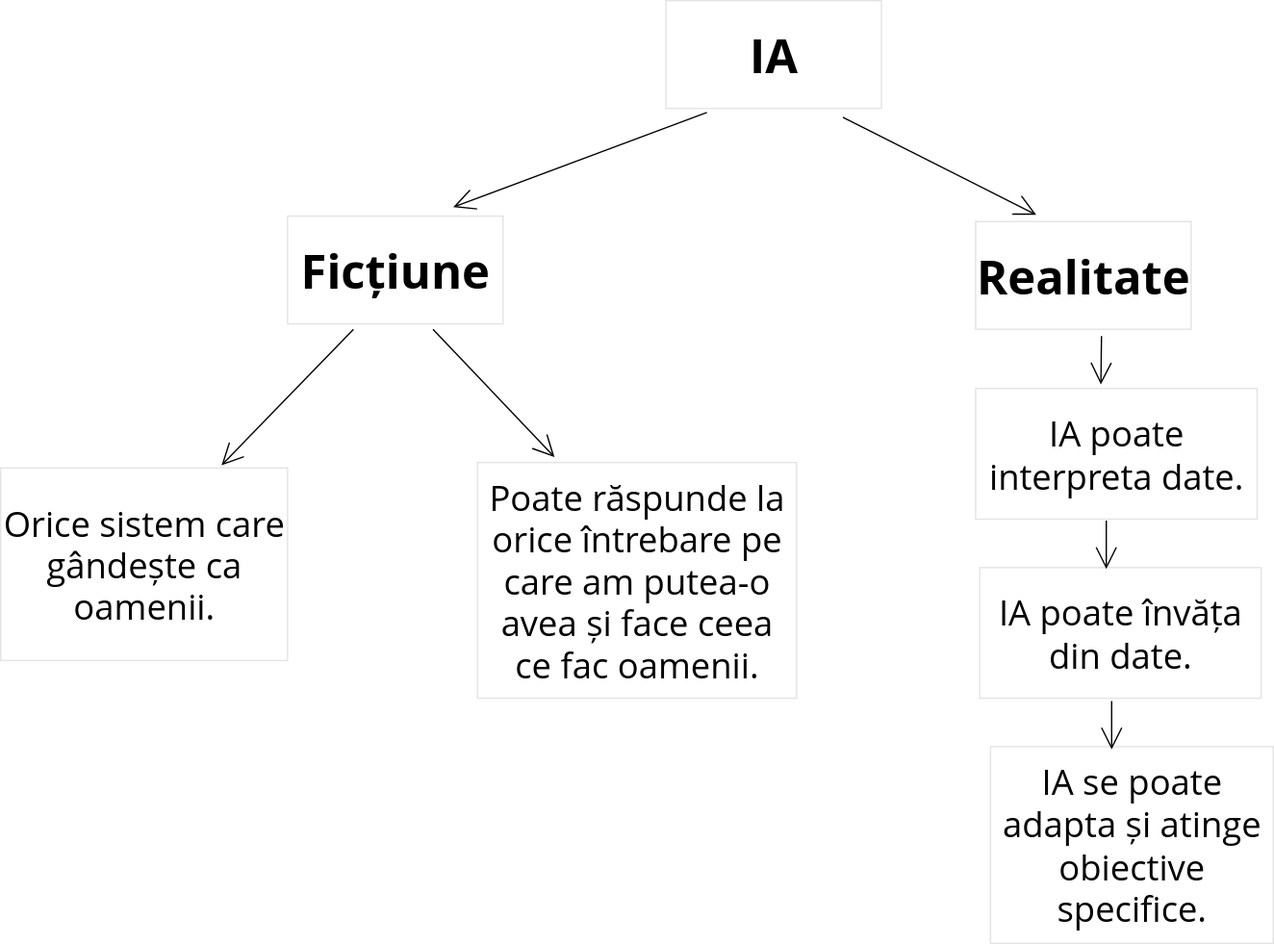
Before: modul1/diagrams/1_diagram.svg, a diagram exported from draw.io (CozminaSecula/IA-Introducere). Source tidied: cells renumbered, new cells last; positions are measured from the earlier drawing's top-left corner, leaving out a move shared by most shapes.
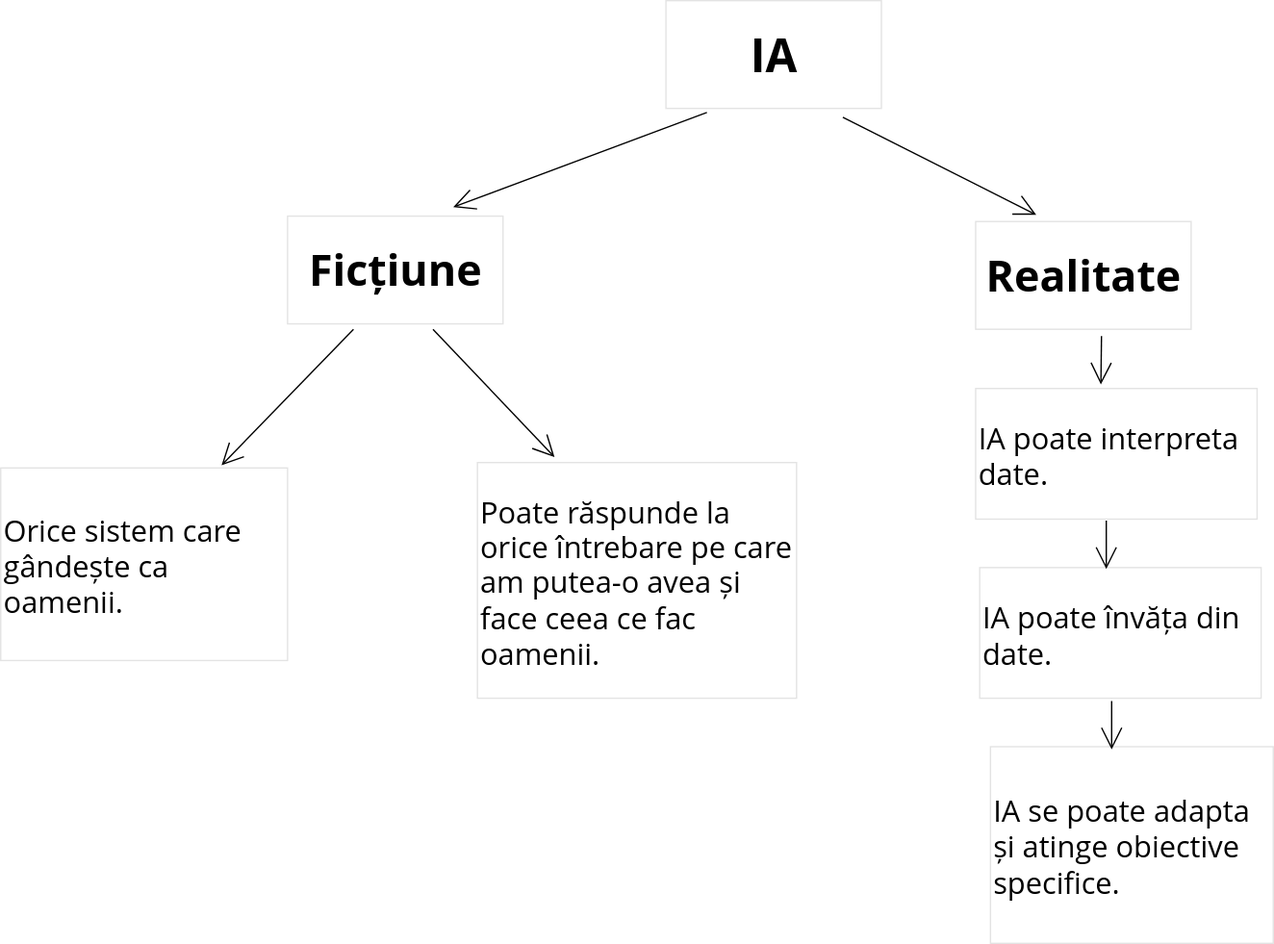
After the change.

Diff of the diagram source:
```diff
@@ -2,16 +2,16 @@
   <root>
     <mxCell id="0" />
     <mxCell id="1" parent="0" />
-    <mxCell id="2" value="&lt;font style=&quot;font-size: 35px;&quot; face=&quot;Open Sans&quot;&gt;&lt;b&gt;IA&lt;/b&gt;&lt;/font&gt;" style="rounded=0;whiteSpace=wrap;html=1;fontFamily=Architects Daughter;fontSource=https%3A%2F%2Ffonts.googleapis.com%2Fcss%3Ffamily%3DArchitects%2BDaughter;strokeColor=#E3E3E3;fillColor=#FFFFFF;" parent="1" vertex="1">
+    <mxCell id="2" value="&lt;font style=&quot;font-size: 34px;&quot; face=&quot;Open Sans&quot;&gt;&lt;b style=&quot;&quot;&gt;IA&lt;/b&gt;&lt;/font&gt;" style="rounded=0;whiteSpace=wrap;html=1;fontFamily=Architects Daughter;fontSource=https%3A%2F%2Ffonts.googleapis.com%2Fcss%3Ffamily%3DArchitects%2BDaughter;strokeColor=#E3E3E3;fillColor=#FFFFFF;" parent="1" vertex="1">
       <mxGeometry x="494" width="160" height="80" as="geometry" />
     </mxCell>
     <mxCell id="3" style="edgeStyle=none;jettySize=auto;html=1;rounded=0;fontFamily=Architects Daughter;fontSource=https%3A%2F%2Ffonts.googleapis.com%2Fcss%3Ffamily%3DArchitects%2BDaughter;fontSize=16;startSize=14;endArrow=open;endSize=14;sourcePerimeterSpacing=8;targetPerimeterSpacing=8;curved=1;entryX=0.769;entryY=-0.084;entryDx=0;entryDy=0;entryPerimeter=0;exitX=0.19;exitY=1.038;exitDx=0;exitDy=0;exitPerimeter=0;" parent="1" edge="1" source="2" target="4">
       <mxGeometry relative="1" as="geometry" />
     </mxCell>
-    <mxCell id="4" value="&lt;font style=&quot;font-size: 35px;&quot; face=&quot;Open Sans&quot;&gt;&lt;b&gt;Ficțiune&lt;/b&gt;&lt;/font&gt;" style="rounded=0;whiteSpace=wrap;html=1;fontFamily=Architects Daughter;fontSource=https%3A%2F%2Ffonts.googleapis.com%2Fcss%3Ffamily%3DArchitects%2BDaughter;strokeColor=#E3E3E3;fillColor=#FFFFFF;" parent="1" vertex="1">
+    <mxCell id="4" value="&lt;font style=&quot;font-size: 32px;&quot; face=&quot;Open Sans&quot;&gt;&lt;b style=&quot;&quot;&gt;Ficțiune&lt;/b&gt;&lt;/font&gt;" style="rounded=0;whiteSpace=wrap;html=1;fontFamily=Architects Daughter;fontSource=https%3A%2F%2Ffonts.googleapis.com%2Fcss%3Ffamily%3DArchitects%2BDaughter;strokeColor=#E3E3E3;fillColor=#FFFFFF;" parent="1" vertex="1">
       <mxGeometry x="213" y="160" width="160" height="80" as="geometry" />
     </mxCell>
-    <mxCell id="5" value="&lt;font style=&quot;font-size: 35px;&quot; face=&quot;Open Sans&quot;&gt;&lt;b&gt;Realitate&lt;/b&gt;&lt;/font&gt;" style="rounded=0;whiteSpace=wrap;html=1;fontFamily=Architects Daughter;fontSource=https%3A%2F%2Ffonts.googleapis.com%2Fcss%3Ffamily%3DArchitects%2BDaughter;strokeColor=#E3E3E3;fillColor=#FFFFFF;" parent="1" vertex="1">
+    <mxCell id="5" value="&lt;font style=&quot;font-size: 32px;&quot; face=&quot;Open Sans&quot;&gt;&lt;b style=&quot;&quot;&gt;Realitate&lt;/b&gt;&lt;/font&gt;" style="rounded=0;whiteSpace=wrap;html=1;fontFamily=Architects Daughter;fontSource=https%3A%2F%2Ffonts.googleapis.com%2Fcss%3Ffamily%3DArchitects%2BDaughter;strokeColor=#E3E3E3;fillColor=#FFFFFF;" parent="1" vertex="1">
       <mxGeometry x="724" y="164" width="160" height="80" as="geometry" />
     </mxCell>
     <mxCell id="6" style="edgeStyle=none;jettySize=auto;html=1;rounded=0;fontFamily=Architects Daughter;fontSource=https%3A%2F%2Ffonts.googleapis.com%2Fcss%3Ffamily%3DArchitects%2BDaughter;fontSize=16;startSize=14;endArrow=open;endSize=14;sourcePerimeterSpacing=8;targetPerimeterSpacing=8;curved=1;exitX=0.821;exitY=1.082;exitDx=0;exitDy=0;exitPerimeter=0;" parent="1" edge="1" source="2">
@@ -19,10 +19,10 @@
         <mxPoint x="769" y="159" as="targetPoint" />
       </mxGeometry>
     </mxCell>
-    <mxCell id="7" value="&lt;font style=&quot;font-size: 26px;&quot; face=&quot;Open Sans&quot;&gt;Orice sistem care gândește ca oamenii.&lt;/font&gt;" style="rounded=0;whiteSpace=wrap;html=1;fontFamily=Architects Daughter;fontSource=https%3A%2F%2Ffonts.googleapis.com%2Fcss%3Ffamily%3DArchitects%2BDaughter;strokeColor=#E3E3E3;fillColor=#FFFFFF;" parent="1" vertex="1">
+    <mxCell id="7" value="&lt;font style=&quot;font-size: 22px;&quot; face=&quot;Open Sans&quot;&gt;Orice sistem care gândește ca oamenii.&lt;/font&gt;" style="rounded=0;whiteSpace=wrap;html=1;fontFamily=Architects Daughter;fontSource=https%3A%2F%2Ffonts.googleapis.com%2Fcss%3Ffamily%3DArchitects%2BDaughter;strokeColor=#E3E3E3;fillColor=#FFFFFF;align=left;" parent="1" vertex="1">
       <mxGeometry y="347" width="213" height="143" as="geometry" />
     </mxCell>
-    <mxCell id="8" value="&lt;font style=&quot;font-size: 26px;&quot; face=&quot;Open Sans&quot;&gt;Poate răspunde la orice întrebare pe care am putea-o avea și face ceea ce fac oamenii.&lt;/font&gt;" style="rounded=0;whiteSpace=wrap;html=1;fontFamily=Architects Daughter;fontSource=https%3A%2F%2Ffonts.googleapis.com%2Fcss%3Ffamily%3DArchitects%2BDaughter;strokeColor=#E3E3E3;fillColor=#FFFFFF;" parent="1" vertex="1">
+    <mxCell id="8" value="&lt;font style=&quot;font-size: 22px;&quot; face=&quot;Open Sans&quot;&gt;Poate răspunde la orice întrebare pe care am putea-o avea și face ceea ce fac oamenii.&lt;/font&gt;" style="rounded=0;whiteSpace=wrap;html=1;fontFamily=Architects Daughter;fontSource=https%3A%2F%2Ffonts.googleapis.com%2Fcss%3Ffamily%3DArchitects%2BDaughter;strokeColor=#E3E3E3;fillColor=#FFFFFF;align=left;" parent="1" vertex="1">
       <mxGeometry x="354" y="343" width="237" height="175" as="geometry" />
     </mxCell>
     <mxCell id="9" style="edgeStyle=none;jettySize=auto;html=1;rounded=0;fontFamily=Architects Daughter;fontSource=https%3A%2F%2Ffonts.googleapis.com%2Fcss%3Ffamily%3DArchitects%2BDaughter;fontSize=16;startSize=14;endArrow=open;endSize=14;sourcePerimeterSpacing=8;targetPerimeterSpacing=8;curved=1;exitX=0.306;exitY=1.05;exitDx=0;exitDy=0;exitPerimeter=0;" parent="1" edge="1" source="4">
@@ -36,13 +36,13 @@
         <mxPoint x="411.2" y="339" as="targetPoint" />
       </mxGeometry>
     </mxCell>
-    <mxCell id="11" value="&lt;font style=&quot;font-size: 26px;&quot; face=&quot;Open Sans&quot;&gt;IA poate interpreta date.&lt;/font&gt;" style="rounded=0;whiteSpace=wrap;html=1;fontFamily=Architects Daughter;fontSource=https%3A%2F%2Ffonts.googleapis.com%2Fcss%3Ffamily%3DArchitects%2BDaughter;strokeColor=#E3E3E3;fillColor=#FFFFFF;" parent="1" vertex="1">
+    <mxCell id="11" value="&lt;font style=&quot;font-size: 22px;&quot; face=&quot;Open Sans&quot;&gt;IA poate interpreta date.&lt;/font&gt;" style="rounded=0;whiteSpace=wrap;html=1;fontFamily=Architects Daughter;fontSource=https%3A%2F%2Ffonts.googleapis.com%2Fcss%3Ffamily%3DArchitects%2BDaughter;strokeColor=#E3E3E3;fillColor=#FFFFFF;align=left;" parent="1" vertex="1">
       <mxGeometry x="724" y="288" width="209" height="97" as="geometry" />
     </mxCell>
-    <mxCell id="12" value="&lt;font style=&quot;font-size: 26px;&quot; face=&quot;Open Sans&quot;&gt;IA poate învăța din date.&lt;/font&gt;" style="rounded=0;whiteSpace=wrap;html=1;fontFamily=Architects Daughter;fontSource=https%3A%2F%2Ffonts.googleapis.com%2Fcss%3Ffamily%3DArchitects%2BDaughter;strokeColor=#E3E3E3;fillColor=#FFFFFF;" parent="1" vertex="1">
+    <mxCell id="12" value="&lt;font style=&quot;font-size: 22px;&quot; face=&quot;Open Sans&quot;&gt;IA poate învăța din date.&lt;/font&gt;" style="rounded=0;whiteSpace=wrap;html=1;fontFamily=Architects Daughter;fontSource=https%3A%2F%2Ffonts.googleapis.com%2Fcss%3Ffamily%3DArchitects%2BDaughter;strokeColor=#E3E3E3;fillColor=#FFFFFF;align=left;" parent="1" vertex="1">
       <mxGeometry x="727" y="421" width="209" height="97" as="geometry" />
     </mxCell>
-    <mxCell id="13" value="&lt;font style=&quot;font-size: 26px;&quot; face=&quot;Open Sans&quot;&gt;IA se poate adapta și atinge obiective specifice.&lt;/font&gt;" style="rounded=0;whiteSpace=wrap;html=1;fontFamily=Architects Daughter;fontSource=https%3A%2F%2Ffonts.googleapis.com%2Fcss%3Ffamily%3DArchitects%2BDaughter;strokeColor=#E3E3E3;fillColor=#FFFFFF;" parent="1" vertex="1">
+    <mxCell id="13" value="&lt;font style=&quot;font-size: 22px;&quot; face=&quot;Open Sans&quot;&gt;IA se poate adapta și atinge obiective specifice.&lt;/font&gt;" style="rounded=0;whiteSpace=wrap;html=1;fontFamily=Architects Daughter;fontSource=https%3A%2F%2Ffonts.googleapis.com%2Fcss%3Ffamily%3DArchitects%2BDaughter;strokeColor=#E3E3E3;fillColor=#FFFFFF;align=left;" parent="1" vertex="1">
       <mxGeometry x="735" y="554" width="210" height="146" as="geometry" />
     </mxCell>
     <mxCell id="14" style="edgeStyle=none;jettySize=auto;html=1;rounded=0;fontFamily=Architects Daughter;fontSource=https%3A%2F%2Ffonts.googleapis.com%2Fcss%3Ffamily%3DArchitects%2BDaughter;fontSize=16;startSize=14;endArrow=open;endSize=14;sourcePerimeterSpacing=8;targetPerimeterSpacing=8;curved=1;exitX=0.584;exitY=1.063;exitDx=0;exitDy=0;exitPerimeter=0;" parent="1" edge="1" source="5">
```
